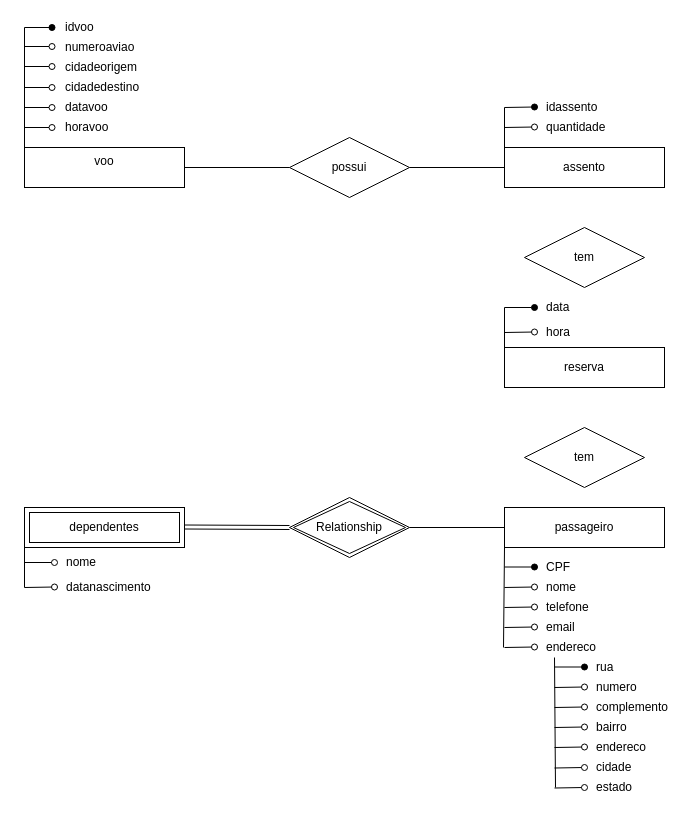
Earlier version of the draw.io diagram Diagrama b.relacional  trabalhofacul.drawio (ellenazevedochiosi/ellenazevedochiosi). Source tidied: cells renumbered, new cells numbered last; positions are measured from the earlier drawing's top-left corner, leaving out a move shared by most shapes. Both pictures are drawn from the tidied source at 100%, with x=0, y=0 at pixel (24, 17).
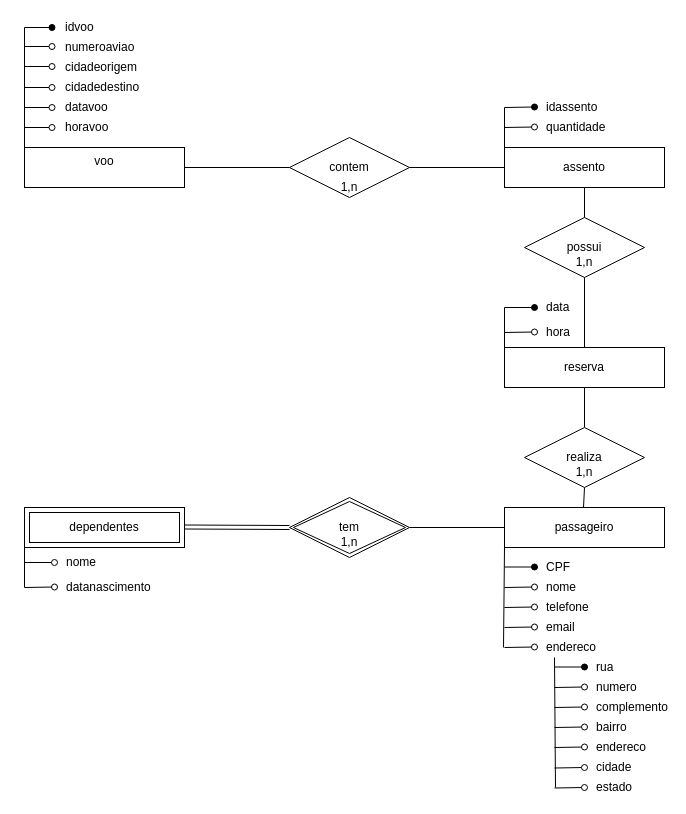
Above is the later version.

The change refers to these unchanged cells:
```xml
<mxCell id="27" value="reserva" style="rounded=0;whiteSpace=wrap;html=1;" parent="1" vertex="1">
  <mxGeometry x="480" y="330" width="160" height="40" as="geometry" />
</mxCell>
```

What changed in the source:
```diff
@@
-    <mxCell id="26" value="possui" style="shape=rhombus;perimeter=rhombusPerimeter;whiteSpace=wrap;html=1;align=center;" parent="1" vertex="1">
+    <mxCell id="26" value="contem" style="shape=rhombus;perimeter=rhombusPerimeter;whiteSpace=wrap;html=1;align=center;" parent="1" vertex="1">
       <mxGeometry x="265" y="120" width="120" height="60" as="geometry" />
     </mxCell>
@@
-    <mxCell id="32" value="tem" style="shape=rhombus;perimeter=rhombusPerimeter;whiteSpace=wrap;html=1;align=center;" parent="1" vertex="1">
-      <mxGeometry x="500" y="210" width="120" height="60" as="geometry" />
+    <mxCell id="32" value="possui" style="shape=rhombus;perimeter=rhombusPerimeter;whiteSpace=wrap;html=1;align=center;" parent="1" vertex="1">
+      <mxGeometry x="500" y="200" width="120" height="60" as="geometry" />
     </mxCell>
-    <mxCell id="33" value="tem" style="shape=rhombus;perimeter=rhombusPerimeter;whiteSpace=wrap;html=1;align=center;" parent="1" vertex="1">
+    <mxCell id="33" value="realiza" style="shape=rhombus;perimeter=rhombusPerimeter;whiteSpace=wrap;html=1;align=center;" parent="1" vertex="1">
       <mxGeometry x="500" y="410" width="120" height="60" as="geometry" />
     </mxCell>
@@
-    <mxCell id="68" value="Relationship" style="shape=rhombus;double=1;perimeter=rhombusPerimeter;whiteSpace=wrap;html=1;align=center;" parent="1" vertex="1">
+    <mxCell id="68" value="tem" style="shape=rhombus;double=1;perimeter=rhombusPerimeter;whiteSpace=wrap;html=1;align=center;" parent="1" vertex="1">
       <mxGeometry x="265" y="480" width="120" height="60" as="geometry" />
     </mxCell>
+    <mxCell id="69" style="endArrow=none;html=1;rounded=0;" parent="1" edge="1">
+      <mxGeometry relative="1" as="geometry">
+        <mxPoint x="560" y="170" as="sourcePoint" />
+        <mxPoint x="560" y="200" as="targetPoint" />
+      </mxGeometry>
+    </mxCell>
+    <mxCell id="70" style="endArrow=none;html=1;rounded=0;entryX=0.5;entryY=0;entryDx=0;entryDy=0;exitX=0.5;exitY=1;exitDx=0;exitDy=0;" parent="1" edge="1" source="32" target="27">
+      <mxGeometry relative="1" as="geometry" />
+    </mxCell>
+    <mxCell id="71" style="endArrow=none;html=1;rounded=0;exitX=0.5;exitY=1;exitDx=0;exitDy=0;" parent="1" edge="1" source="27">
+      <mxGeometry relative="1" as="geometry">
+        <mxPoint x="560" y="410" as="targetPoint" />
+      </mxGeometry>
+    </mxCell>
+    <mxCell id="72" style="endArrow=none;html=1;rounded=0;" parent="1" edge="1">
+      <mxGeometry relative="1" as="geometry">
+        <mxPoint x="560" y="470" as="sourcePoint" />
+        <mxPoint x="559" y="490" as="targetPoint" />
+      </mxGeometry>
+    </mxCell>
+    <mxCell id="73" value="1,n" style="text;html=1;strokeColor=none;fillColor=none;align=center;verticalAlign=middle;whiteSpace=wrap;rounded=0;" parent="1" vertex="1">
+      <mxGeometry x="295" y="155" width="60" height="30" as="geometry" />
+    </mxCell>
+    <mxCell id="74" value="1,n" style="text;html=1;strokeColor=none;fillColor=none;align=center;verticalAlign=middle;whiteSpace=wrap;rounded=0;" parent="1" vertex="1">
+      <mxGeometry x="530" y="230" width="60" height="30" as="geometry" />
+    </mxCell>
+    <mxCell id="75" value="1,n" style="text;html=1;strokeColor=none;fillColor=none;align=center;verticalAlign=middle;whiteSpace=wrap;rounded=0;" parent="1" vertex="1">
+      <mxGeometry x="530" y="440" width="60" height="30" as="geometry" />
+    </mxCell>
+    <mxCell id="76" value="1,n" style="text;html=1;strokeColor=none;fillColor=none;align=center;verticalAlign=middle;whiteSpace=wrap;rounded=0;" parent="1" vertex="1">
+      <mxGeometry x="295" y="510" width="60" height="30" as="geometry" />
+    </mxCell>
```
